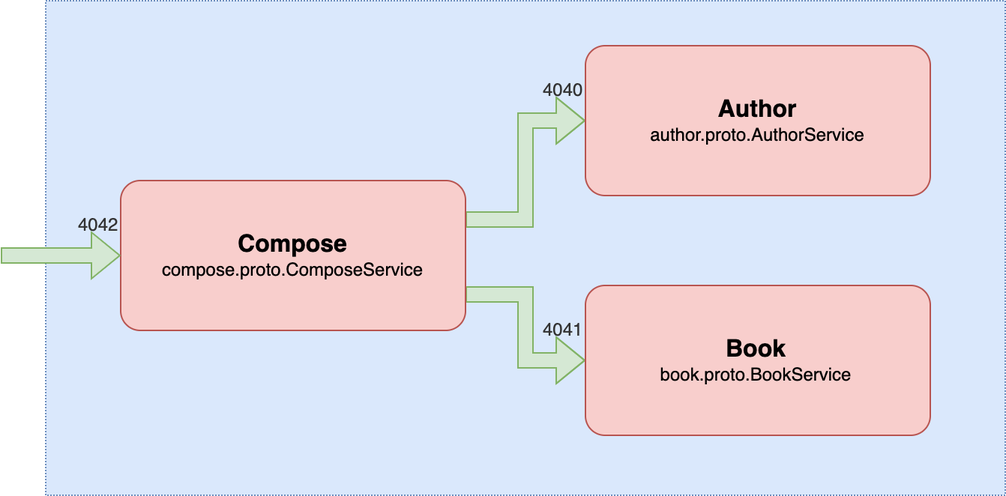
jlorgal/grpc-golab-19 keeps this draw.io diagram as doc/architecture.png. Above is the earlier version. Source tidied: cells renumbered, new cells last; positions are measured from the earlier drawing's top-left corner, leaving out a move shared by most shapes. The source it was exported from:
```xml
<mxGraphModel>
  <root>
    <mxCell id="0" />
    <mxCell id="1" parent="0" />
    <mxCell id="2" style="rounded=0;whiteSpace=wrap;html=1;fillColor=#dae8fc;strokeColor=#6c8ebf;dashed=1;dashPattern=1 1;" parent="1" vertex="1">
      <mxGeometry x="30" width="640" height="330" as="geometry" />
    </mxCell>
    <mxCell id="3" style="edgeStyle=orthogonalEdgeStyle;shape=flexArrow;rounded=0;jettySize=auto;html=1;exitX=1;exitY=0.25;exitDx=0;exitDy=0;entryX=0;entryY=0.5;entryDx=0;entryDy=0;fontColor=#333333;fillColor=#d5e8d4;strokeColor=#82b366;" parent="1" edge="1" source="5" target="6">
      <mxGeometry relative="1" as="geometry" />
    </mxCell>
    <mxCell id="4" style="edgeStyle=orthogonalEdgeStyle;shape=flexArrow;rounded=0;jettySize=auto;html=1;exitX=1;exitY=0.75;exitDx=0;exitDy=0;entryX=0;entryY=0.5;entryDx=0;entryDy=0;fontColor=#333333;fillColor=#d5e8d4;strokeColor=#82b366;" parent="1" edge="1" source="5" target="7">
      <mxGeometry relative="1" as="geometry" />
    </mxCell>
    <mxCell id="5" value="&lt;font style=&quot;font-size: 16px&quot;&gt;Compose&lt;/font&gt;&lt;br&gt;&lt;span style=&quot;font-weight: normal&quot;&gt;compose.proto.ComposeService&lt;/span&gt;" style="rounded=1;whiteSpace=wrap;html=1;fillColor=#f8cecc;strokeColor=#b85450;fontStyle=1;arcSize=13;" parent="1" vertex="1">
      <mxGeometry x="80" y="120" width="230" height="100" as="geometry" />
    </mxCell>
    <mxCell id="6" value="&lt;font style=&quot;font-size: 16px&quot;&gt;Author&lt;/font&gt;&lt;br&gt;&lt;span style=&quot;font-weight: normal&quot;&gt;author.proto.AuthorService&lt;/span&gt;" style="rounded=1;whiteSpace=wrap;html=1;fillColor=#f8cecc;strokeColor=#b85450;fontStyle=1;arcSize=13;" parent="1" vertex="1">
      <mxGeometry x="390" y="30" width="230" height="100" as="geometry" />
    </mxCell>
    <mxCell id="7" value="&lt;font style=&quot;font-size: 16px&quot;&gt;Book&lt;/font&gt;&lt;br&gt;&lt;span style=&quot;font-weight: normal&quot;&gt;book.proto.BookService&lt;/span&gt;" style="rounded=1;whiteSpace=wrap;html=1;fillColor=#f8cecc;strokeColor=#b85450;fontStyle=1;arcSize=13;" parent="1" vertex="1">
      <mxGeometry x="390" y="190" width="230" height="100" as="geometry" />
    </mxCell>
    <mxCell id="8" style="edgeStyle=orthogonalEdgeStyle;rounded=0;jettySize=auto;html=1;exitX=1;exitY=0.5;exitDx=0;exitDy=0;fontColor=#333333;shape=flexArrow;fillColor=#d5e8d4;strokeColor=#82b366;" parent="1" edge="1" target="5">
      <mxGeometry relative="1" as="geometry">
        <mxPoint y="170" as="sourcePoint" />
      </mxGeometry>
    </mxCell>
    <mxCell id="9" value="4040" style="text;html=1;align=left;verticalAlign=top;spacingTop=-4;fontColor=#333333;" parent="1" vertex="1">
      <mxGeometry x="360" y="50" width="40" height="20" as="geometry" />
    </mxCell>
    <mxCell id="10" value="4041" style="text;html=1;align=left;verticalAlign=top;spacingTop=-4;fontColor=#333333;" parent="1" vertex="1">
      <mxGeometry x="360" y="210" width="40" height="20" as="geometry" />
    </mxCell>
    <mxCell id="11" value="4042" style="text;html=1;align=left;verticalAlign=top;spacingTop=-4;fontColor=#333333;" parent="1" vertex="1">
      <mxGeometry x="50" y="140" width="40" height="20" as="geometry" />
    </mxCell>
  </root>
</mxGraphModel>
```
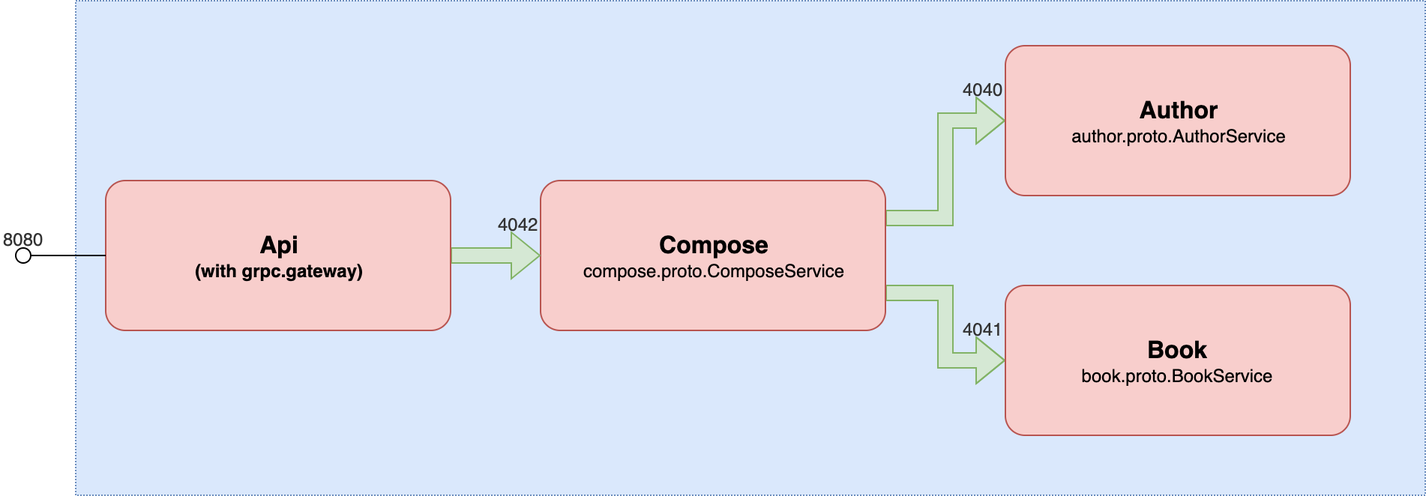
Later version of the same file.

Commit message:
feat: api with grpc-gateway

What changed in the source:
```diff
@@ -3,7 +3,7 @@
     <mxCell id="0" />
     <mxCell id="1" parent="0" />
     <mxCell id="2" style="rounded=0;whiteSpace=wrap;html=1;fillColor=#dae8fc;strokeColor=#6c8ebf;dashed=1;dashPattern=1 1;" parent="1" vertex="1">
-      <mxGeometry x="30" width="640" height="330" as="geometry" />
+      <mxGeometry x="-230" width="900" height="330" as="geometry" />
     </mxCell>
     <mxCell id="3" style="edgeStyle=orthogonalEdgeStyle;shape=flexArrow;rounded=0;jettySize=auto;html=1;exitX=1;exitY=0.25;exitDx=0;exitDy=0;entryX=0;entryY=0.5;entryDx=0;entryDy=0;fontColor=#333333;fillColor=#d5e8d4;strokeColor=#82b366;" parent="1" edge="1" source="5" target="6">
       <mxGeometry relative="1" as="geometry" />
@@ -20,10 +20,8 @@
     <mxCell id="7" value="&lt;font style=&quot;font-size: 16px&quot;&gt;Book&lt;/font&gt;&lt;br&gt;&lt;span style=&quot;font-weight: normal&quot;&gt;book.proto.BookService&lt;/span&gt;" style="rounded=1;whiteSpace=wrap;html=1;fillColor=#f8cecc;strokeColor=#b85450;fontStyle=1;arcSize=13;" parent="1" vertex="1">
       <mxGeometry x="390" y="190" width="230" height="100" as="geometry" />
     </mxCell>
-    <mxCell id="8" style="edgeStyle=orthogonalEdgeStyle;rounded=0;jettySize=auto;html=1;exitX=1;exitY=0.5;exitDx=0;exitDy=0;fontColor=#333333;shape=flexArrow;fillColor=#d5e8d4;strokeColor=#82b366;" parent="1" edge="1" target="5">
-      <mxGeometry relative="1" as="geometry">
-        <mxPoint y="170" as="sourcePoint" />
-      </mxGeometry>
+    <mxCell id="8" style="edgeStyle=orthogonalEdgeStyle;rounded=0;jettySize=auto;html=1;fontColor=#333333;shape=flexArrow;fillColor=#d5e8d4;strokeColor=#82b366;" parent="1" edge="1" source="12" target="5">
+      <mxGeometry relative="1" as="geometry" />
     </mxCell>
     <mxCell id="9" value="4040" style="text;html=1;align=left;verticalAlign=top;spacingTop=-4;fontColor=#333333;" parent="1" vertex="1">
       <mxGeometry x="360" y="50" width="40" height="20" as="geometry" />
@@ -34,5 +32,17 @@
     <mxCell id="11" value="4042" style="text;html=1;align=left;verticalAlign=top;spacingTop=-4;fontColor=#333333;" parent="1" vertex="1">
       <mxGeometry x="50" y="140" width="40" height="20" as="geometry" />
     </mxCell>
+    <mxCell id="12" value="&lt;span style=&quot;font-size: 16px&quot;&gt;Api&lt;br&gt;&lt;/span&gt;(with grpc.gateway)" style="rounded=1;whiteSpace=wrap;html=1;fillColor=#f8cecc;strokeColor=#b85450;fontStyle=1;arcSize=13;" parent="1" vertex="1">
+      <mxGeometry x="-210" y="120" width="230" height="100" as="geometry" />
+    </mxCell>
+    <mxCell id="13" style="edgeStyle=none;rounded=0;jettySize=auto;html=1;exitX=1;exitY=0.5;exitDx=0;exitDy=0;entryX=0;entryY=0.5;entryDx=0;entryDy=0;endArrow=none;endFill=0;" parent="1" edge="1" source="14" target="12">
+      <mxGeometry relative="1" as="geometry" />
+    </mxCell>
+    <mxCell id="14" style="ellipse;whiteSpace=wrap;html=1;" parent="1" vertex="1">
+      <mxGeometry x="-270" y="165" width="10" height="10" as="geometry" />
+    </mxCell>
+    <mxCell id="15" value="8080" style="text;html=1;align=left;verticalAlign=top;spacingTop=-4;fontColor=#333333;" parent="1" vertex="1">
+      <mxGeometry x="-280" y="150" width="40" height="20" as="geometry" />
+    </mxCell>
   </root>
 </mxGraphModel>
```
